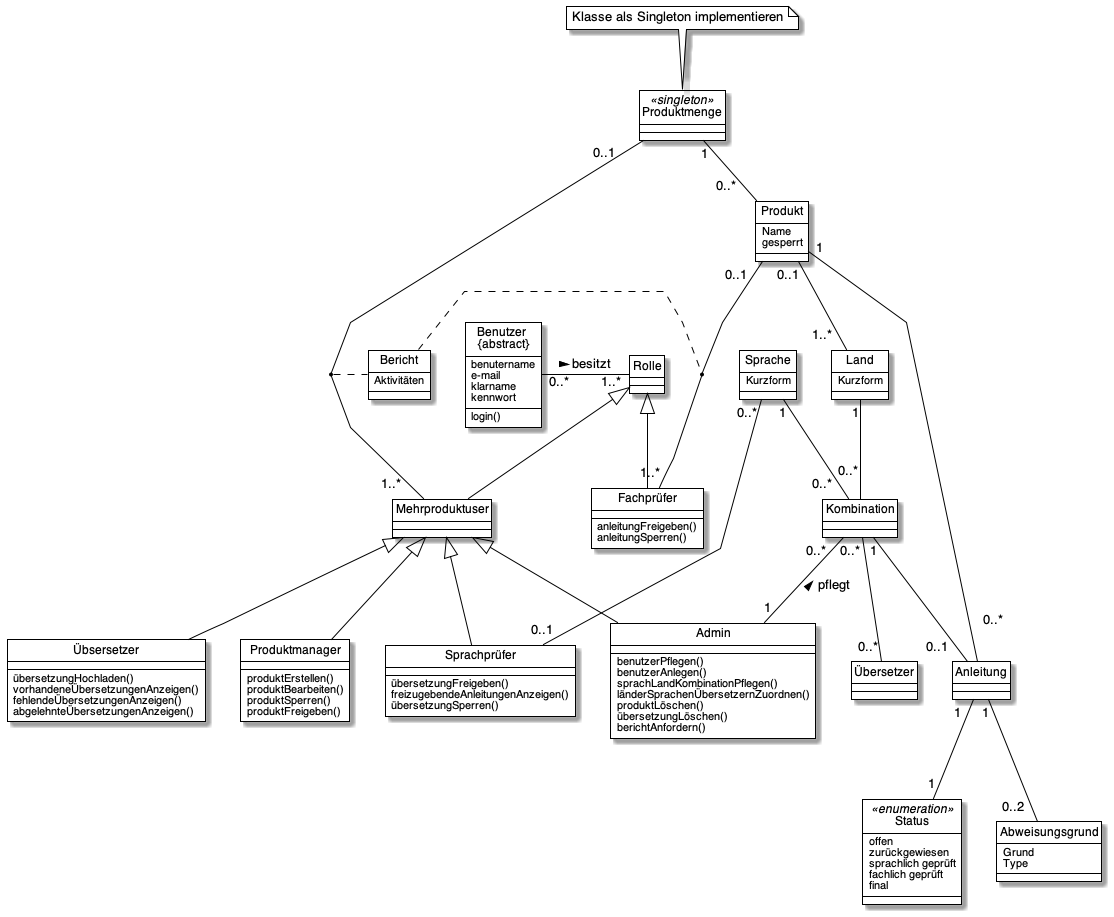
Earlier version of the PlantUML export out/klassendiagramm/Klassendiagramm.png (Schubert-Tom/Manual-Master).
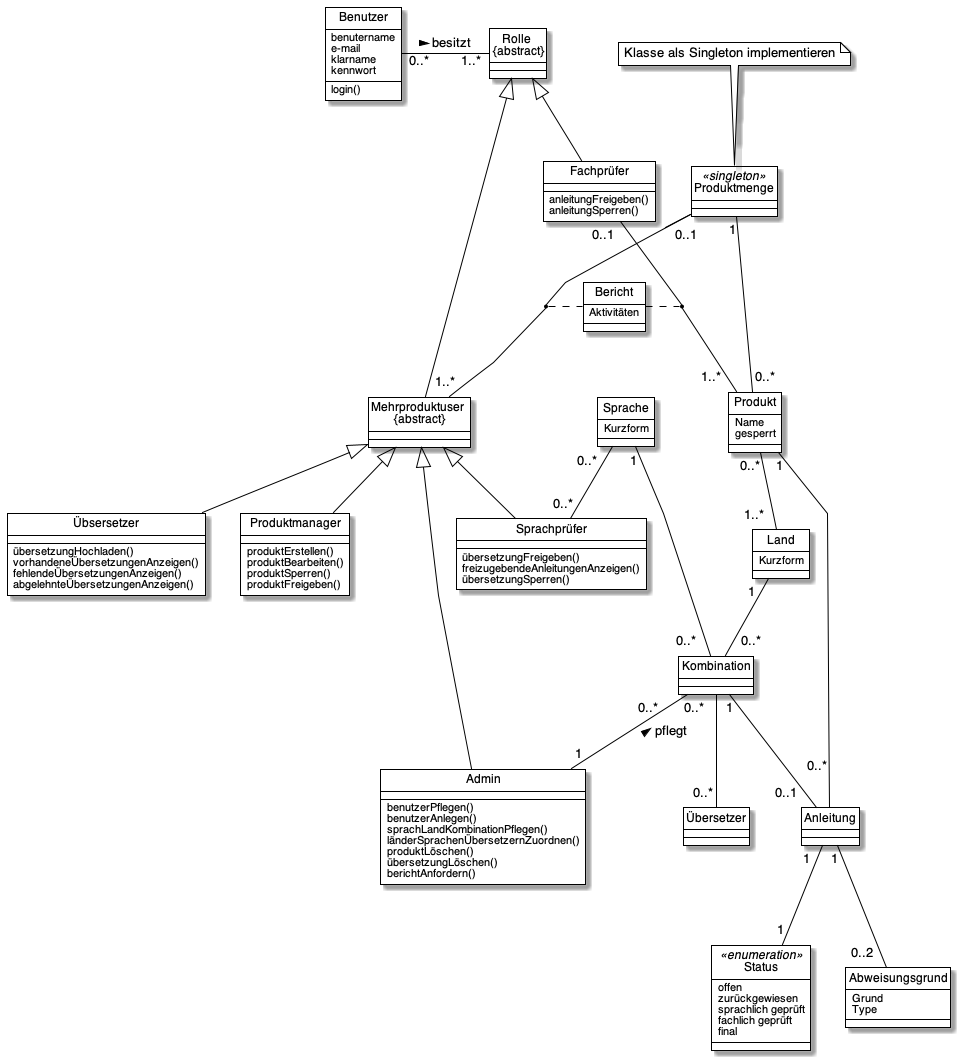
Later version of the same file.

Commit message:
StateDiagramm angepasst

What changed in the source:
```diff
@@ -12,7 +12,7 @@
 }
 note top of Produktmenge : Klasse als Singleton implementieren
 class Anleitung
-class Benutzer as "Benutzer \n{abstract}" {
+class Benutzer {
    benutername
    e-mail
    klarname
@@ -20,7 +20,7 @@
 
    login()
 }
-class Rolle {
+class Rolle as "Rolle \n{abstract}"{
 }
 class Fachprüfer {
     anleitungFreigeben()
@@ -60,7 +60,7 @@
 }
 class Kombination {
 }
-class Mehrproduktuser {
+class Mehrproduktuser as "Mehrproduktuser \n{abstract}" {
 }
 class Bericht {
    Aktivitäten
@@ -86,24 +86,24 @@
 Mehrproduktuser <|-- Produktmanager
 Benutzer "0..*" -right- "1..*" Rolle : besitzt >
 
-Kombination "0..*  " -- "1" Admin : < pflegt
+Kombination "0..*    " -- "1" Admin : < pflegt
 Kombination "0..*  " -- "0..*" Übersetzer
 Kombination "1" -- "0..1\t" Anleitung
 
-Land "1" -- "0..*\n" Kombination
+Land "1  " -- "  0..*" Kombination
 Sprache "1" -- "0..*  " Kombination
 
 Anleitung "1  " -- "1" Status
 Anleitung "1" -- "0..2  " Abweisungsgrund
 
 Produktmenge "1" -- "0..*   " Produkt
-Produktmenge "0..1    " -- "1..*   " Mehrproduktuser
+Produktmenge "   0..1    " -- "1..*" Mehrproduktuser
 
 Produkt "1" -- " 0..*\r\n" Anleitung
-Produkt "0..1  " -- "\n 1..*" Fachprüfer
-Produkt "0..1" -- "1..*  " Land
+Fachprüfer "0..1  " -- "1..*  " Produkt
+Produkt "0..*" -- "1..*  " Land
 
-Sprache "0..*" -- "0..1" Sprachprüfer
+Sprache "0..*  " -- "0..*" Sprachprüfer
 
 Bericht .. (Produkt, Fachprüfer)
 (Mehrproduktuser, Produktmenge) .. Bericht
```
